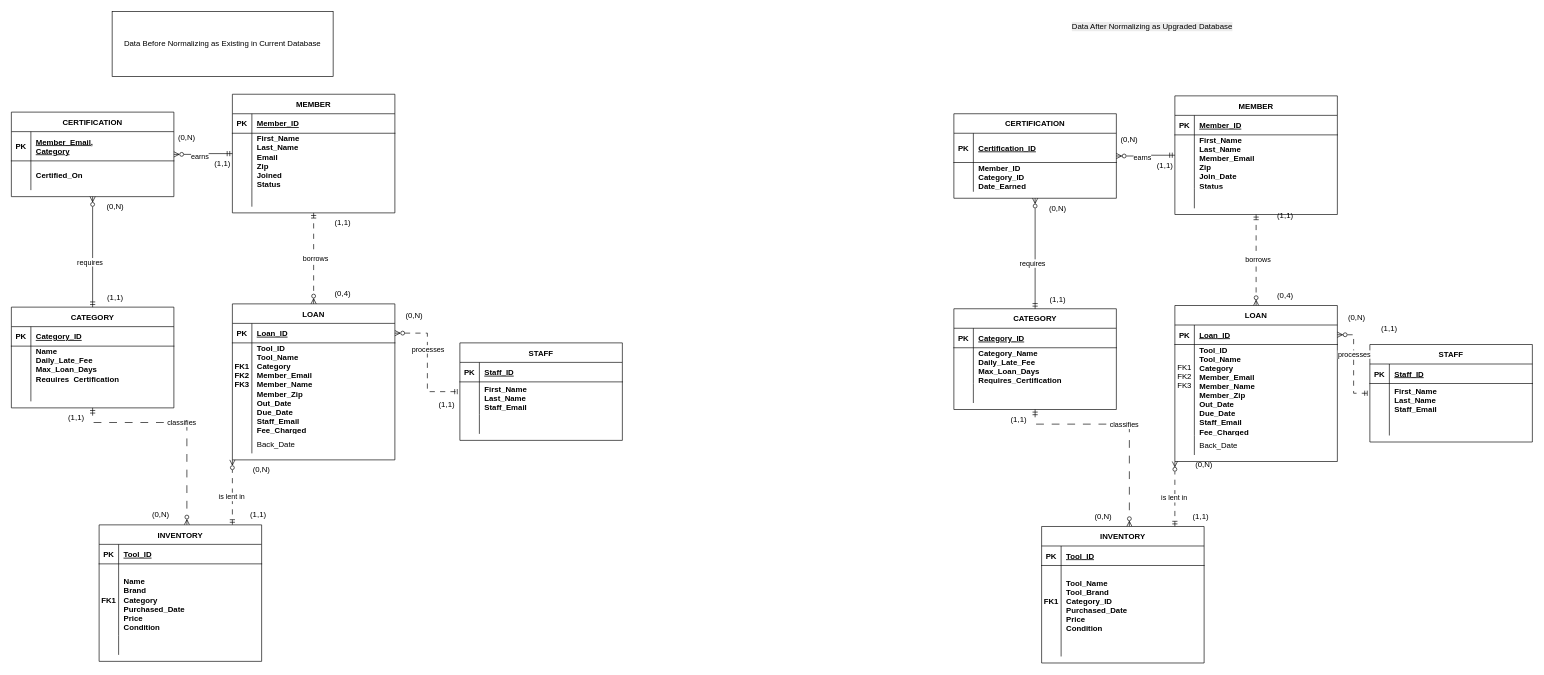
This is er_diagram.drawio from VersatileVariable/DatabaseManagementSystemsProject, a draw.io file, before an edit. Source tidied: cells renumbered, new cells numbered last; positions are measured from the earlier drawing's top-left corner, leaving out a move shared by most shapes. Both pictures are drawn from the tidied source at 65%, with x=0, y=0 at pixel (11, 11).
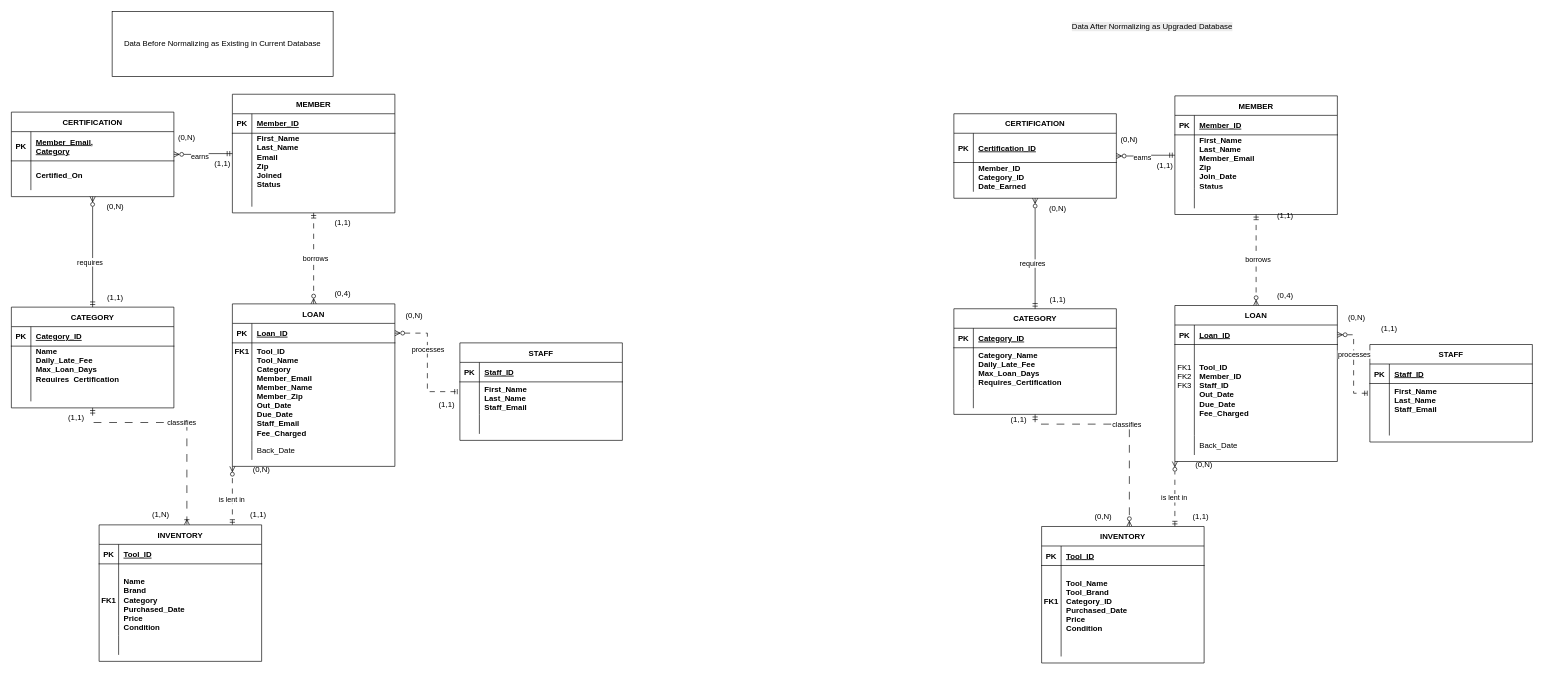
Above is the later version.

Unchanged cells that the change refers to:
```xml
<mxCell id="16" value="CATEGORY" style="shape=table;startSize=30;childLayout=tableLayout;rowLines=0;fontStyle=1;align=center;" parent="1" vertex="1">
  <mxGeometry y="455" width="250" height="155" as="geometry" />
</mxCell>
<mxCell id="47" value="INVENTORY" style="shape=table;startSize=30;childLayout=tableLayout;rowLines=0;fontStyle=1;align=center;" parent="1" vertex="1">
  <mxGeometry x="135" y="790" width="250" height="210" as="geometry" />
</mxCell>
<mxCell id="120" style="shape=partialRectangle;fillColor=none;top=0;left=0;right=0;bottom=0;" parent="116" vertex="1">
  <mxGeometry y="60" width="250" height="140" as="geometry" />
</mxCell>
```

Change to the diagram source:
```diff
@@
-    <mxCell id="14" style="edgeStyle=orthogonalEdgeStyle;rounded=0;jettySize=auto;html=1;endArrow=ERzeroToMany;endFill=0;startArrow=ERmandOne;startFill=0;dashed=1;dashPattern=12 12;" parent="1" edge="1" source="16" target="47">
+    <mxCell id="14" style="edgeStyle=orthogonalEdgeStyle;rounded=0;jettySize=auto;html=1;endArrow=ERoneToMany;endFill=0;startArrow=ERmandOne;startFill=0;dashed=1;dashPattern=12 12;" parent="1" edge="1" source="16" target="47">
       <mxGeometry x="0.19" relative="1" as="geometry">
         <Array as="points">
           <mxPoint x="125" y="632.5" />
           <mxPoint x="270" y="632.5" />
         </Array>
       </mxGeometry>
     </mxCell>
@@
     <mxCell id="35" value="LOAN" style="shape=table;startSize=30;childLayout=tableLayout;rowLines=0;fontStyle=1;align=center;" parent="1" vertex="1">
-      <mxGeometry x="340" y="450" width="250" height="240" as="geometry" />
+      <mxGeometry x="340" y="450" width="250" height="250" as="geometry" />
     </mxCell>
@@
     <mxCell id="39" style="shape=partialRectangle;fillColor=none;top=0;left=0;right=0;bottom=0;" parent="35" vertex="1">
-      <mxGeometry y="60" width="250" height="140" as="geometry" />
+      <mxGeometry y="60" width="250" height="150" as="geometry" />
     </mxCell>
-    <mxCell id="40" value="FK1&#10;FK2&#10;FK3&#10;&#10;&#10;" style="shape=partialRectangle;overflow=hidden;fillColor=none;top=0;left=0;bottom=0;right=0;fontStyle=1;" parent="39" vertex="1">
-      <mxGeometry width="30" height="140" as="geometry" />
+    <mxCell id="40" value="FK1" style="shape=partialRectangle;overflow=hidden;fillColor=none;top=0;left=0;bottom=0;right=0;fontStyle=1;verticalAlign=top;" parent="39" vertex="1">
+      <mxGeometry width="30" height="150" as="geometry" />
     </mxCell>
     <mxCell id="41" value="Tool_ID&#10;Tool_Name&#10;Category&#10;Member_Email&#10;Member_Name&#10;Member_Zip&#10;Out_Date&#10;Due_Date&#10;Staff_Email&#10;Fee_Charged" style="shape=partialRectangle;overflow=hidden;fillColor=none;top=0;left=0;bottom=0;right=0;align=left;spacingLeft=6;fontStyle=1;" parent="39" vertex="1">
-      <mxGeometry x="30" width="220" height="140" as="geometry" />
+      <mxGeometry x="30" width="220" height="150" as="geometry" />
     </mxCell>
     <mxCell id="42" style="shape=partialRectangle;fillColor=none;top=0;left=0;right=0;bottom=0;" parent="35" vertex="1">
-      <mxGeometry y="200" width="250" height="30" as="geometry" />
+      <mxGeometry y="210" width="250" height="30" as="geometry" />
     </mxCell>
@@
-    <mxCell id="79" value="(0,N)" style="text;html=1;whiteSpace=wrap;strokeColor=none;fillColor=none;align=center;verticalAlign=middle;rounded=0;" parent="1" vertex="1">
+    <mxCell id="79" value="(1,N)" style="text;html=1;whiteSpace=wrap;strokeColor=none;fillColor=none;align=center;verticalAlign=middle;rounded=0;" parent="1" vertex="1">
       <mxGeometry x="200" y="760" width="60" height="30" as="geometry" />
     </mxCell>
@@
     <mxCell id="97" value="CATEGORY" style="shape=table;startSize=30;childLayout=tableLayout;rowLines=0;fontStyle=1;align=center;" parent="1" vertex="1">
-      <mxGeometry x="1450" y="457.5" width="250" height="155" as="geometry" />
+      <mxGeometry x="1450" y="457.5" width="250" height="162.5" as="geometry" />
     </mxCell>
@@
     <mxCell id="101" style="shape=partialRectangle;fillColor=none;top=0;left=0;right=0;bottom=0;" parent="97" vertex="1">
-      <mxGeometry y="60" width="250" height="55" as="geometry" />
+      <mxGeometry y="60" width="250" height="63" as="geometry" />
     </mxCell>
     <mxCell id="102" style="shape=partialRectangle;overflow=hidden;fillColor=none;top=0;left=0;bottom=0;right=0;" parent="101" vertex="1">
-      <mxGeometry width="30" height="55" as="geometry" />
+      <mxGeometry width="30" height="63" as="geometry" />
     </mxCell>
     <mxCell id="103" value="Category_Name&#10;Daily_Late_Fee&#10;Max_Loan_Days&#10;Requires_Certification" style="shape=partialRectangle;overflow=hidden;fillColor=none;top=0;left=0;bottom=0;right=0;align=left;spacingLeft=6;fontStyle=1;" parent="101" vertex="1">
-      <mxGeometry x="30" width="220" height="55" as="geometry" />
+      <mxGeometry x="30" width="220" height="63" as="geometry" />
     </mxCell>
     <mxCell id="104" style="shape=partialRectangle;fillColor=none;top=0;left=0;right=0;bottom=0;" parent="97" vertex="1">
-      <mxGeometry y="115" width="250" height="30" as="geometry" />
+      <mxGeometry y="123" width="250" height="30" as="geometry" />
     </mxCell>
@@
-    <mxCell id="122" value="Tool_ID&#10;Tool_Name&#10;Category&#10;Member_Email&#10;Member_Name&#10;Member_Zip&#10;Out_Date&#10;Due_Date&#10;Staff_Email&#10;Fee_Charged" style="shape=partialRectangle;overflow=hidden;fillColor=none;top=0;left=0;bottom=0;right=0;align=left;spacingLeft=6;fontStyle=1;" parent="120" vertex="1">
+    <mxCell id="122" value="Tool_ID&#10;Member_ID&#10;Staff_ID&#10;Out_Date&#10;Due_Date&#10;Fee_Charged" style="shape=partialRectangle;overflow=hidden;fillColor=none;top=0;left=0;bottom=0;right=0;align=left;spacingLeft=6;fontStyle=1;" parent="120" vertex="1">
       <mxGeometry x="30" width="220" height="140" as="geometry" />
     </mxCell>
```
